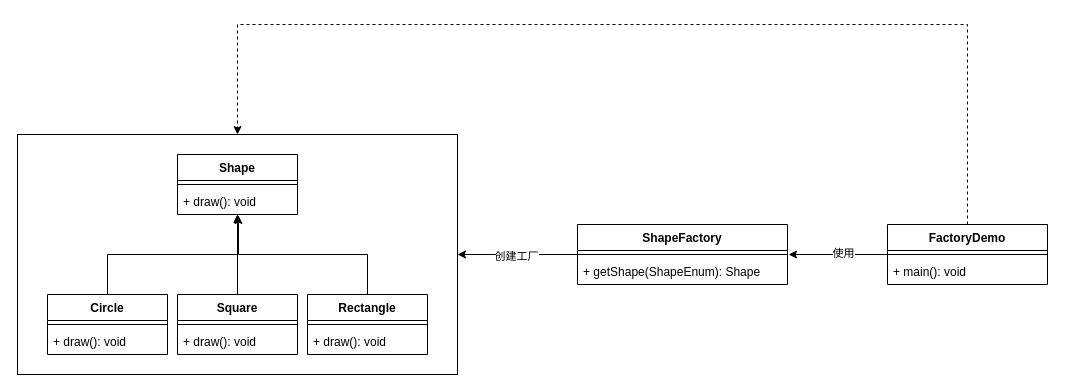
This is page "简单工厂模式" (1 of 2) of 设计模式.drawio from wubinglong9716/NoteBook, a draw.io file, before an edit. Source tidied: cells renumbered, new cells numbered last; positions are measured from the earlier drawing's top-left corner, leaving out a move shared by most shapes. Both pictures are drawn from the tidied source at 100%, with x=0, y=0 at pixel (17, 24).
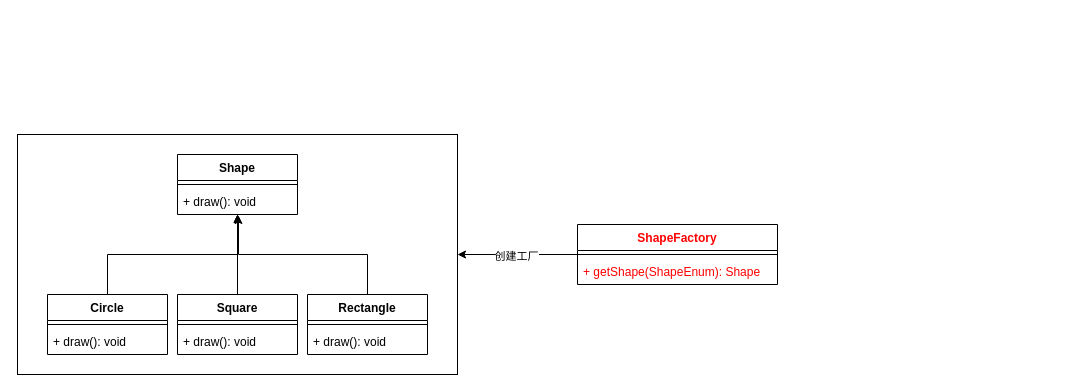
Above is the later version.

The change refers to these unchanged cells:
```xml
<mxCell id="2" style="rounded=0;whiteSpace=wrap;html=1;" parent="1" vertex="1">
  <mxGeometry y="110" width="440" height="240" as="geometry" />
</mxCell>
```

Change to the diagram source:
```diff
@@
-    <mxCell id="20" value="ShapeFactory" style="swimlane;fontStyle=1;align=center;verticalAlign=top;horizontal=1;startSize=26;" parent="1" vertex="1">
-      <mxGeometry x="560" y="200" width="210" height="60" as="geometry" />
+    <mxCell id="20" value="ShapeFactory" style="swimlane;fontStyle=1;align=center;verticalAlign=top;horizontal=1;startSize=26;fontColor=#FF0000;" parent="1" vertex="1">
+      <mxGeometry x="560" y="200" width="200" height="60" as="geometry" />
     </mxCell>
-    <mxCell id="21" style="line;strokeWidth=1;fillColor=none;align=left;verticalAlign=middle;spacingTop=-1;spacingLeft=3;spacingRight=3;labelPosition=right;" parent="20" vertex="1">
-      <mxGeometry y="26" width="210" height="8" as="geometry" />
+    <mxCell id="21" style="line;strokeWidth=1;fillColor=none;align=left;verticalAlign=middle;spacingTop=-1;spacingLeft=3;spacingRight=3;labelPosition=right;fontColor=#FF0000;" parent="20" vertex="1">
+      <mxGeometry y="26" width="200" height="8" as="geometry" />
     </mxCell>
-    <mxCell id="22" value="+ getShape(ShapeEnum): Shape" style="text;strokeColor=none;fillColor=none;align=left;verticalAlign=top;spacingLeft=4;spacingRight=4;overflow=hidden;points=[[0,0.5],[1,0.5]];portConstraint=eastwest;" parent="20" vertex="1">
-      <mxGeometry y="34" width="210" height="26" as="geometry" />
+    <mxCell id="22" value="+ getShape(ShapeEnum): Shape" style="text;strokeColor=none;fillColor=none;align=left;verticalAlign=top;spacingLeft=4;spacingRight=4;overflow=hidden;points=[[0,0.5],[1,0.5]];portConstraint=eastwest;fontColor=#FF0000;" parent="20" vertex="1">
+      <mxGeometry y="34" width="200" height="26" as="geometry" />
     </mxCell>
-    <mxCell id="23" style="edgeStyle=orthogonalEdgeStyle;rounded=0;jettySize=auto;html=1;exitX=0;exitY=0.5;exitDx=0;exitDy=0;entryX=1.005;entryY=-0.154;entryDx=0;entryDy=0;entryPerimeter=0;startArrow=none;startFill=0;" parent="1" edge="1" source="26" target="22">
-      <mxGeometry relative="1" as="geometry" />
-    </mxCell>
-    <mxCell id="24" value="使用" style="edgeLabel;html=1;align=center;verticalAlign=middle;" parent="23" vertex="1">
-      <mxGeometry x="-0.09" y="-1" relative="1" as="geometry" />
-    </mxCell>
-    <mxCell id="25" style="edgeStyle=orthogonalEdgeStyle;rounded=0;jettySize=auto;html=1;exitX=0.5;exitY=0;exitDx=0;exitDy=0;entryX=0.5;entryY=0;entryDx=0;entryDy=0;startArrow=none;startFill=0;dashed=1;" parent="1" edge="1" source="26" target="2">
-      <mxGeometry relative="1" as="geometry">
-        <Array as="points">
-          <mxPoint x="950" />
-          <mxPoint x="220" />
-        </Array>
-      </mxGeometry>
-    </mxCell>
-    <mxCell id="26" value="FactoryDemo" style="swimlane;fontStyle=1;align=center;verticalAlign=top;horizontal=1;startSize=26;" parent="1" vertex="1">
-      <mxGeometry x="870" y="200" width="160" height="60" as="geometry" />
-    </mxCell>
-    <mxCell id="27" style="line;strokeWidth=1;fillColor=none;align=left;verticalAlign=middle;spacingTop=-1;spacingLeft=3;spacingRight=3;labelPosition=right;" parent="26" vertex="1">
-      <mxGeometry y="26" width="160" height="8" as="geometry" />
-    </mxCell>
-    <mxCell id="28" value="+ main(): void" style="text;strokeColor=none;fillColor=none;align=left;verticalAlign=top;spacingLeft=4;spacingRight=4;overflow=hidden;" parent="26" vertex="1">
-      <mxGeometry y="34" width="160" height="26" as="geometry" />
-    </mxCell>
```
